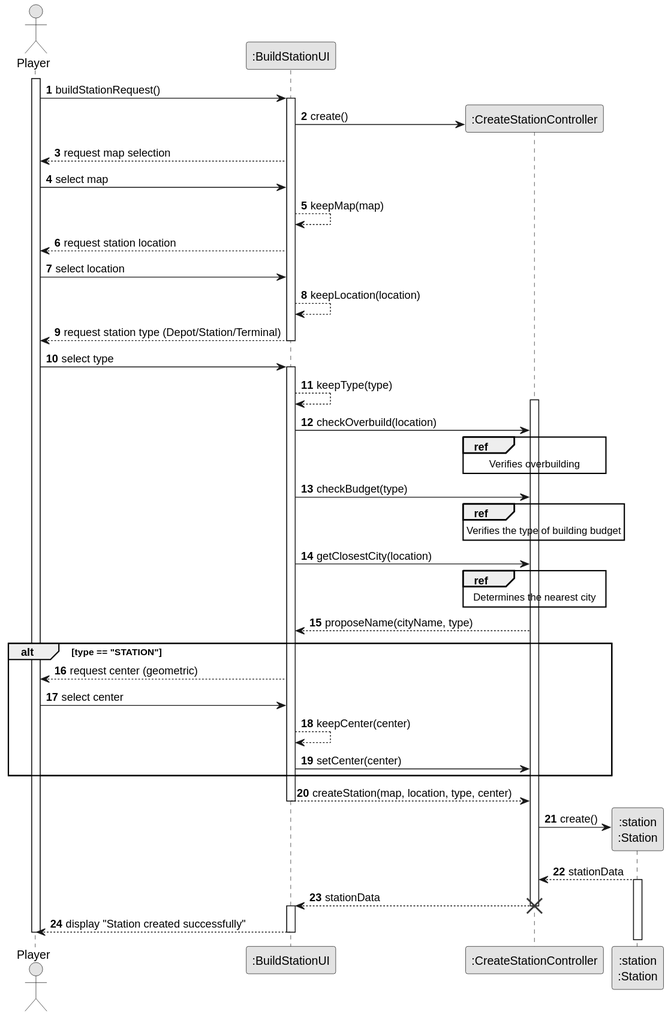
Earlier version of the PlantUML export docs/system-documentation/US005/03.design/svg/US005-SD-split.svg (goncalolopesp/sem2-pi-24.25-g093-repo).
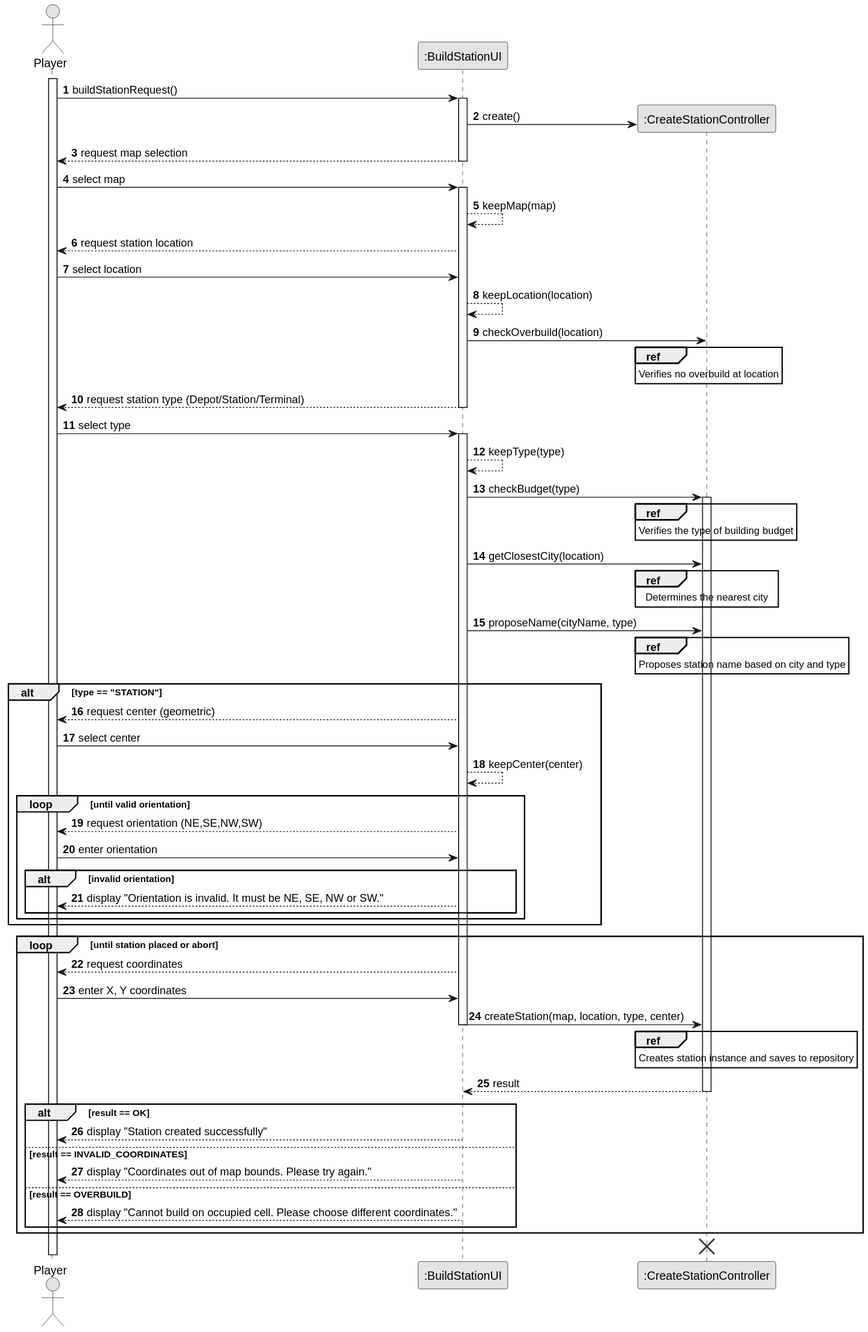
After the change.

Change to the diagram source:
```diff
@@ -6,73 +6,89 @@
 autonumber
 
 actor "Player" as Player
-participant ":BuildStationUI"          as BuildStationUI
-
+participant ":BuildStationUI" as BuildStationUI
+participant ":CreateStationController" as CreateStationController
 
 activate Player
 
 Player -> BuildStationUI : buildStationRequest()
-create ":CreateStationController" as BuildStationController
+create CreateStationController
 activate BuildStationUI
-BuildStationUI -> BuildStationController : create()
+BuildStationUI -> CreateStationController: create()
 
 BuildStationUI --> Player : request map selection
-
+deactivate BuildStationUI
 Player -> BuildStationUI : select map
-
+activate BuildStationUI
 BuildStationUI --> BuildStationUI : keepMap(map)
 
 BuildStationUI --> Player : request station location
+Player -> BuildStationUI : select location
+BuildStationUI --> BuildStationUI : keepLocation(location)
 
-Player -> BuildStationUI : select location
-
-BuildStationUI --> BuildStationUI : keepLocation(location)
+BuildStationUI -> CreateStationController : checkOverbuild(location)
+ref over CreateStationController
+    Verifies no overbuild at location
+end ref
 
 BuildStationUI --> Player : request station type (Depot/Station/Terminal)
 deactivate BuildStationUI
-
 Player -> BuildStationUI : select type
 activate BuildStationUI
 BuildStationUI --> BuildStationUI : keepType(type)
 
-activate BuildStationController
-BuildStationUI -> BuildStationController : checkOverbuild(location)
-ref over BuildStationController
-    Verifies overbuilding
-end ref
-
-BuildStationUI -> BuildStationController : checkBudget(type)
-ref over BuildStationController
+BuildStationUI -> CreateStationController : checkBudget(type)
+activate CreateStationController
+ref over CreateStationController
     Verifies the type of building budget
 end ref
 
-BuildStationUI -> BuildStationController : getClosestCity(location)
-ref over BuildStationController
+BuildStationUI -> CreateStationController : getClosestCity(location)
+ref over CreateStationController
     Determines the nearest city
 end ref
-BuildStationController --> BuildStationUI : proposeName(cityName, type)
+
+BuildStationUI -> CreateStationController : proposeName(cityName, type)
+ref over CreateStationController
+    Proposes station name based on city and type
+end ref
 
 alt type == "STATION"
   BuildStationUI --> Player : request center (geometric)
   Player -> BuildStationUI : select center
   BuildStationUI --> BuildStationUI : keepCenter(center)
-  BuildStationUI -> BuildStationController : setCenter(center)
+
+  loop until valid orientation
+    BuildStationUI --> Player : request orientation (NE,SE,NW,SW)
+    Player -> BuildStationUI : enter orientation
+    alt invalid orientation
+      BuildStationUI --> Player : display "Orientation is invalid. It must be NE, SE, NW or SW."
+    end
+  end
 end
 
-activate BuildStationUI
-BuildStationUI --> BuildStationController : createStation(map, location, type, center)
+loop until station placed or abort
+  BuildStationUI --> Player : request coordinates
+  Player -> BuildStationUI : enter X, Y coordinates
+
+  BuildStationUI -> CreateStationController : createStation(map, location, type, center)
+  deactivate BuildStationUI
+  ref over CreateStationController
+    Creates station instance and saves to repository
+  end ref
+
+  CreateStationController --> BuildStationUI : result
+  deactivate CreateStationController
+
+  alt result == OK
+    BuildStationUI --> Player : display "Station created successfully"
+  else result == INVALID_COORDINATES
+    BuildStationUI --> Player : display "Coordinates out of map bounds. Please try again."
+  else result == OVERBUILD
+    BuildStationUI --> Player : display "Cannot build on occupied cell. Please choose different coordinates."
+  end
+end
+
+destroy CreateStationController
 deactivate BuildStationUI
-
-create ":station\n:Station" as Station
-
-BuildStationController -> Station: create()
-Station --> BuildStationController : stationData
-activate Station
-BuildStationController --> BuildStationUI : stationData
-
-destroy BuildStationController
-activate BuildStationUI
-BuildStationUI --> Player : display "Station created successfully"
-deactivate BuildStationUI
-deactivate Player
 @enduml
```
